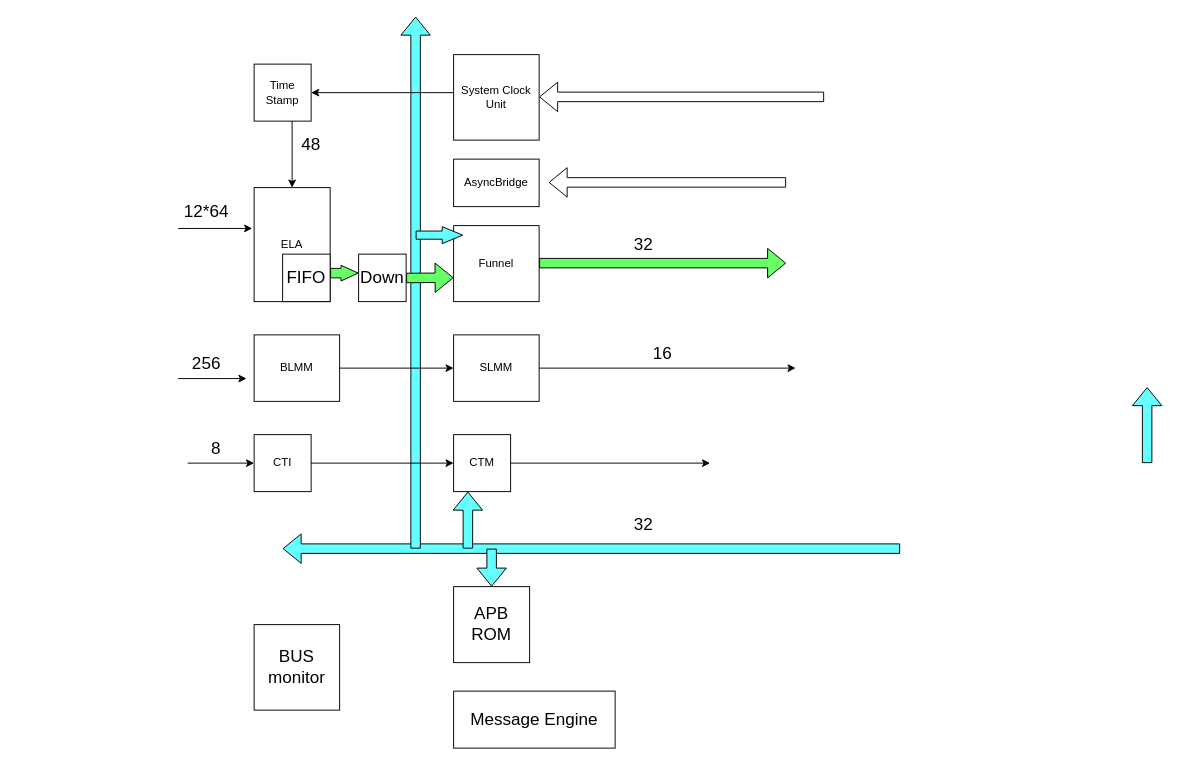
Before: page "Page-7" (7 of 7) of Untitled Diagram.drawio in ASIC-Design/test, a draw.io diagram. Source tidied: cells renumbered, new cells numbered last; positions are measured from the earlier drawing's top-left corner, leaving out a move shared by most shapes. Both pictures are drawn from the tidied source at 95%, with x=0, y=0 at pixel (178, 16).
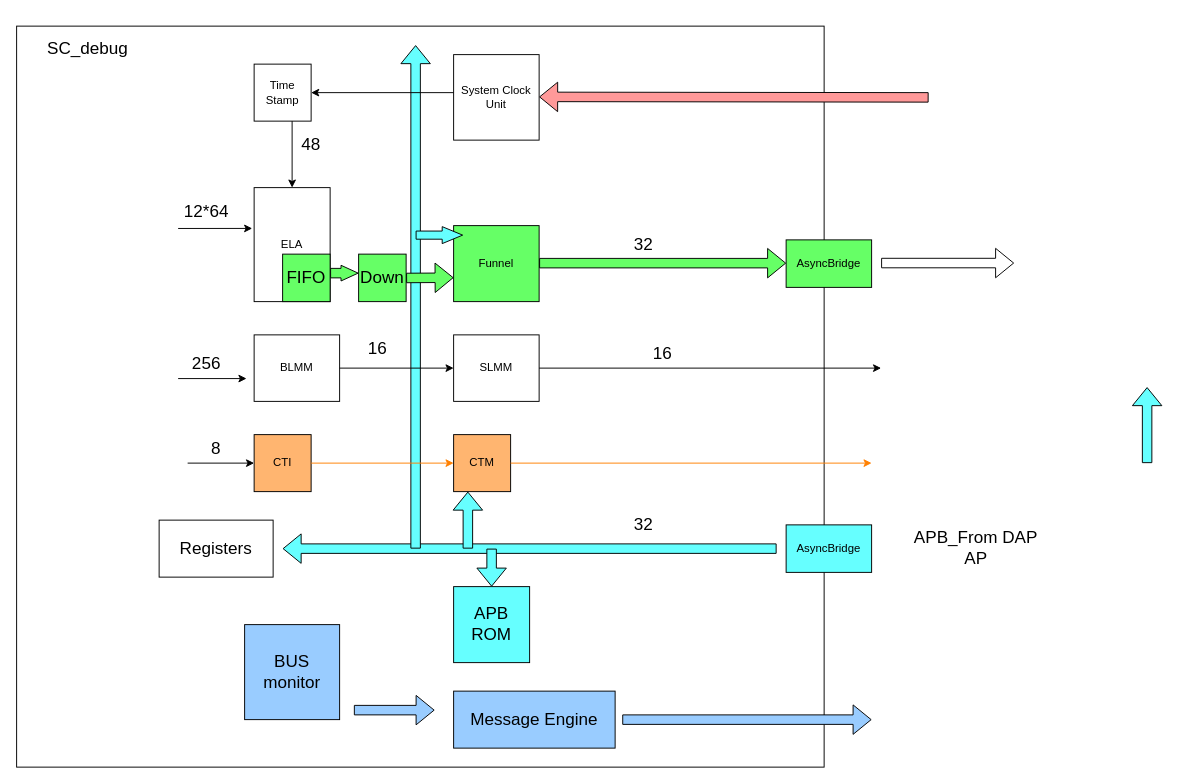
Above is the later version.

Unchanged cells that the change refers to:
```xml
<mxCell id="5" value="SLMM" style="rounded=0;whiteSpace=wrap;html=1;" parent="1" vertex="1">
  <mxGeometry x="290" y="335" width="90" height="70" as="geometry" />
</mxCell>
```

What changed in the source:
```diff
@@
+    <mxCell id="43" style="rounded=0;whiteSpace=wrap;html=1;fontSize=18;" parent="1" vertex="1">
+      <mxGeometry x="-170" y="10" width="850" height="780" as="geometry" />
+    </mxCell>
@@
-    <mxCell id="4" value="Funnel" style="rounded=0;whiteSpace=wrap;html=1;" parent="1" vertex="1">
+    <mxCell id="4" value="Funnel" style="rounded=0;whiteSpace=wrap;html=1;fillColor=#66FF66;" parent="1" vertex="1">
       <mxGeometry x="290" y="220" width="90" height="80" as="geometry" />
     </mxCell>
@@
-    <mxCell id="6" value="CTI" style="whiteSpace=wrap;html=1;" parent="1" vertex="1">
+    <mxCell id="6" value="CTI" style="whiteSpace=wrap;html=1;fillColor=#FFB570;" parent="1" vertex="1">
       <mxGeometry x="80" y="440" width="60" height="60" as="geometry" />
     </mxCell>
-    <mxCell id="7" value="CTM" style="whiteSpace=wrap;html=1;" parent="1" vertex="1">
+    <mxCell id="7" value="CTM" style="whiteSpace=wrap;html=1;fillColor=#FFB570;" parent="1" vertex="1">
       <mxGeometry x="290" y="440" width="60" height="60" as="geometry" />
     </mxCell>
     <mxCell id="8" style="shape=flexArrow;endArrow=classic;html=1;rounded=0;" parent="1" edge="1">
       <mxGeometry relative="1" as="geometry">
-        <mxPoint x="640" y="174.5" as="sourcePoint" />
-        <mxPoint x="390" y="174.5" as="targetPoint" />
+        <mxPoint x="740" y="259.4" as="sourcePoint" />
+        <mxPoint x="880" y="259.4" as="targetPoint" />
       </mxGeometry>
     </mxCell>
@@
-    <mxCell id="10" value="AsyncBridge" style="rounded=0;whiteSpace=wrap;html=1;" parent="1" vertex="1">
-      <mxGeometry x="290" y="150" width="90" height="50" as="geometry" />
+    <mxCell id="10" value="AsyncBridge" style="rounded=0;whiteSpace=wrap;html=1;strokeColor=#000000;fillColor=#66FF66;" parent="1" vertex="1">
+      <mxGeometry x="640" y="235" width="90" height="50" as="geometry" />
     </mxCell>
@@
-    <mxCell id="12" style="shape=flexArrow;endArrow=classic;html=1;rounded=0;" parent="1" edge="1">
+    <mxCell id="12" style="shape=flexArrow;endArrow=classic;html=1;rounded=0;fillColor=#FF9999;" parent="1" edge="1">
       <mxGeometry relative="1" as="geometry">
-        <mxPoint x="680" y="84.5" as="sourcePoint" />
+        <mxPoint x="790" y="85" as="sourcePoint" />
         <mxPoint x="380" y="84.5" as="targetPoint" />
       </mxGeometry>
     </mxCell>
@@
-    <mxCell id="14" value="BUS monitor" style="whiteSpace=wrap;html=1;fontSize=18;" parent="1" vertex="1">
-      <mxGeometry x="80" y="640" width="90" height="90" as="geometry" />
+    <mxCell id="14" value="BUS monitor" style="whiteSpace=wrap;html=1;fontSize=18;fillColor=#99CCFF;" parent="1" vertex="1">
+      <mxGeometry x="70" y="640" width="100" height="100" as="geometry" />
     </mxCell>
-    <mxCell id="15" value="APB ROM" style="whiteSpace=wrap;html=1;fontSize=18;" parent="1" vertex="1">
+    <mxCell id="15" value="APB ROM" style="whiteSpace=wrap;html=1;fontSize=18;fillColor=#66FFFF;" parent="1" vertex="1">
       <mxGeometry x="290" y="600" width="80" height="80" as="geometry" />
     </mxCell>
     <mxCell id="16" style="shape=flexArrow;endArrow=classic;html=1;rounded=0;fontSize=18;fillColor=#66FFFF;" parent="1" edge="1">
       <mxGeometry relative="1" as="geometry">
-        <mxPoint x="760" y="560" as="sourcePoint" />
+        <mxPoint x="630" y="560" as="sourcePoint" />
         <mxPoint x="110" y="560" as="targetPoint" />
       </mxGeometry>
     </mxCell>
@@
     <mxCell id="18" style="shape=flexArrow;endArrow=classic;html=1;rounded=0;fontSize=18;fillColor=#66FFFF;" parent="1" edge="1">
       <mxGeometry relative="1" as="geometry">
         <mxPoint x="250" y="560" as="sourcePoint" />
-        <mxPoint x="250" as="targetPoint" />
+        <mxPoint x="250" y="30" as="targetPoint" />
       </mxGeometry>
     </mxCell>
@@
     <mxCell id="24" style="endArrow=classic;html=1;rounded=0;fontSize=18;fillColor=#66FF66;exitX=1;exitY=0.5;exitDx=0;exitDy=0;" parent="1" edge="1" source="5">
       <mxGeometry relative="1" as="geometry">
-        <mxPoint x="650" y="370" as="targetPoint" />
+        <mxPoint x="740" y="370" as="targetPoint" />
       </mxGeometry>
     </mxCell>
@@
-    <mxCell id="36" style="endArrow=classic;html=1;rounded=0;fontSize=18;fillColor=#66FF66;entryX=0;entryY=0.5;entryDx=0;entryDy=0;exitX=1;exitY=0.5;exitDx=0;exitDy=0;" parent="1" edge="1" source="6" target="7">
+    <mxCell id="36" style="endArrow=classic;html=1;rounded=0;fontSize=18;fillColor=#FFD966;entryX=0;entryY=0.5;entryDx=0;entryDy=0;exitX=1;exitY=0.5;exitDx=0;exitDy=0;strokeColor=#FF8000;" parent="1" edge="1" source="6" target="7">
       <mxGeometry relative="1" as="geometry" />
     </mxCell>
-    <mxCell id="37" style="endArrow=classic;html=1;rounded=0;fontSize=18;fillColor=#66FF66;exitX=1;exitY=0.5;exitDx=0;exitDy=0;" parent="1" edge="1" source="7">
+    <mxCell id="37" style="endArrow=classic;html=1;rounded=0;fontSize=18;fillColor=#66FF66;exitX=1;exitY=0.5;exitDx=0;exitDy=0;strokeColor=#FF8000;" parent="1" edge="1" source="7">
       <mxGeometry relative="1" as="geometry">
-        <mxPoint x="560" y="470" as="targetPoint" />
+        <mxPoint x="730" y="470" as="targetPoint" />
       </mxGeometry>
     </mxCell>
-    <mxCell id="38" value="Message Engine" style="rounded=0;whiteSpace=wrap;html=1;fontSize=18;" parent="1" vertex="1">
+    <mxCell id="38" value="Message Engine" style="rounded=0;whiteSpace=wrap;html=1;fontSize=18;fillColor=#99CCFF;" parent="1" vertex="1">
       <mxGeometry x="290" y="710" width="170" height="60" as="geometry" />
     </mxCell>
@@
-    <mxCell id="40" value="Down" style="whiteSpace=wrap;html=1;fontSize=18;" parent="1" vertex="1">
+    <mxCell id="40" value="Down" style="whiteSpace=wrap;html=1;fontSize=18;fillColor=#66FF66;" parent="1" vertex="1">
       <mxGeometry x="190" y="250" width="50" height="50" as="geometry" />
     </mxCell>
@@
-    <mxCell id="42" value="FIFO" style="whiteSpace=wrap;html=1;fontSize=18;" parent="1" vertex="1">
+    <mxCell id="42" value="FIFO" style="whiteSpace=wrap;html=1;fontSize=18;fillColor=#66FF66;" parent="1" vertex="1">
       <mxGeometry x="110" y="250" width="50" height="50" as="geometry" />
     </mxCell>
+    <mxCell id="44" style="shape=flexArrow;endArrow=classic;html=1;rounded=0;fontSize=18;fillColor=#99CCFF;" parent="1" edge="1">
+      <mxGeometry relative="1" as="geometry">
+        <mxPoint x="185" y="730" as="sourcePoint" />
+        <mxPoint x="270" y="730" as="targetPoint" />
+      </mxGeometry>
+    </mxCell>
+    <mxCell id="45" style="shape=flexArrow;endArrow=classic;html=1;rounded=0;fontSize=18;fillColor=#99CCFF;" parent="1" edge="1">
+      <mxGeometry relative="1" as="geometry">
+        <mxPoint x="467.5" y="740" as="sourcePoint" />
+        <mxPoint x="730" y="740" as="targetPoint" />
+      </mxGeometry>
+    </mxCell>
+    <mxCell id="46" value="Registers" style="rounded=0;whiteSpace=wrap;html=1;fontSize=18;" parent="1" vertex="1">
+      <mxGeometry x="-20" y="530" width="120" height="60" as="geometry" />
+    </mxCell>
+    <mxCell id="47" value="AsyncBridge" style="rounded=0;whiteSpace=wrap;html=1;fillColor=#66FFFF;" parent="1" vertex="1">
+      <mxGeometry x="640" y="535" width="90" height="50" as="geometry" />
+    </mxCell>
+    <mxCell id="48" value="SC_debug" style="text;html=1;strokeColor=none;fillColor=none;align=center;verticalAlign=middle;whiteSpace=wrap;rounded=0;fontSize=18;" parent="1" vertex="1">
+      <mxGeometry x="-150" y="19" width="110" height="30" as="geometry" />
+    </mxCell>
+    <mxCell id="49" value="16" style="text;html=1;strokeColor=none;fillColor=none;align=center;verticalAlign=middle;whiteSpace=wrap;rounded=0;fontSize=18;" parent="1" vertex="1">
+      <mxGeometry x="180" y="335" width="60" height="30" as="geometry" />
+    </mxCell>
+    <mxCell id="50" value="APB_From DAP AP" style="text;html=1;strokeColor=none;fillColor=none;align=center;verticalAlign=middle;whiteSpace=wrap;rounded=0;fontSize=18;" parent="1" vertex="1">
+      <mxGeometry x="770" y="545" width="140" height="30" as="geometry" />
+    </mxCell>
```
